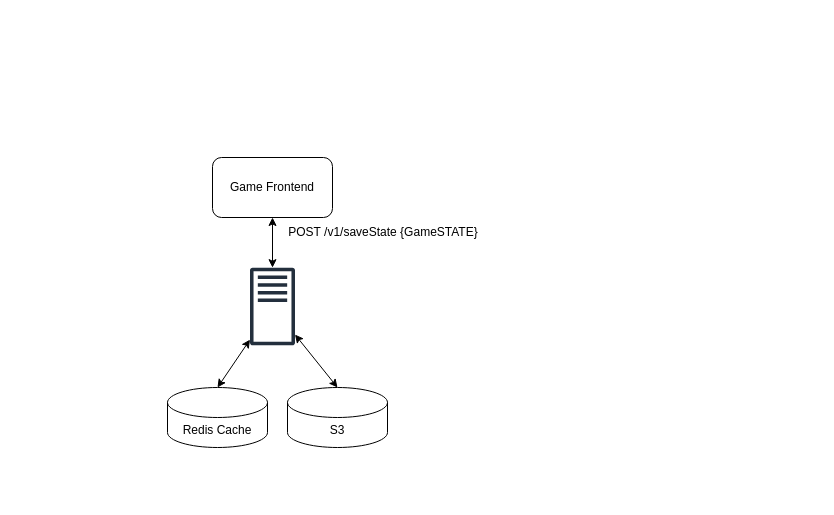
Before: TTTDesignDiagram.drawio in bcso/designs, a draw.io diagram. Source tidied: cells renumbered, new cells numbered last; positions are measured from the earlier drawing's top-left corner, leaving out a move shared by most shapes. Both pictures are drawn from the tidied source at 100%, with x=0, y=0 at pixel (167, 157).
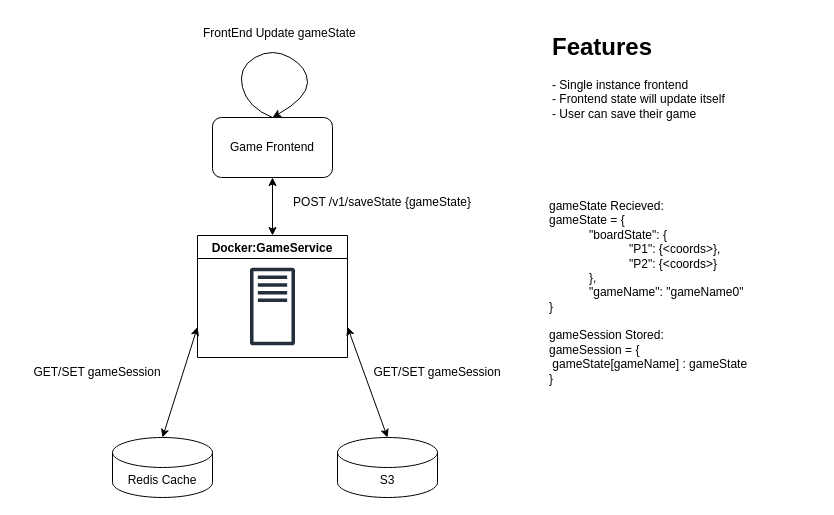
After the change.

Diff of the diagram source:
```diff
@@
 <mxGraphModel>
   <root>
     <mxCell id="0" />
     <mxCell id="1" parent="0" />
     <mxCell id="2" style="sketch=0;outlineConnect=0;fontColor=#232F3E;gradientColor=none;fillColor=#232F3D;strokeColor=none;dashed=0;verticalLabelPosition=bottom;verticalAlign=top;align=center;html=1;fontSize=12;fontStyle=0;shape=mxgraph.aws4.traditional_server;" parent="1" vertex="1">
       <mxGeometry x="82.5" y="110" width="45" height="78" as="geometry" />
     </mxCell>
     <mxCell id="3" value="Game Frontend" style="rounded=1;whiteSpace=wrap;html=1;" parent="1" vertex="1">
-      <mxGeometry x="45" width="120" height="60" as="geometry" />
+      <mxGeometry x="45" y="-40" width="120" height="60" as="geometry" />
     </mxCell>
-    <mxCell id="4" value="POST /v1/saveState {GameSTATE}" style="text;html=1;strokeColor=none;fillColor=none;align=center;verticalAlign=middle;whiteSpace=wrap;rounded=0;" parent="1" vertex="1">
-      <mxGeometry x="100" y="60" width="232" height="30" as="geometry" />
+    <mxCell id="4" value="POST /v1/saveState {gameState}" style="text;html=1;strokeColor=none;fillColor=none;align=center;verticalAlign=middle;whiteSpace=wrap;rounded=0;" parent="1" vertex="1">
+      <mxGeometry x="99" y="30" width="232" height="30" as="geometry" />
     </mxCell>
-    <mxCell id="5" style="endArrow=classic;startArrow=classic;html=1;rounded=0;entryX=0.5;entryY=1;entryDx=0;entryDy=0;" parent="1" edge="1" source="2" target="3">
+    <mxCell id="5" style="endArrow=classic;startArrow=classic;html=1;rounded=0;entryX=0.5;entryY=1;entryDx=0;entryDy=0;exitX=0.5;exitY=0;exitDx=0;exitDy=0;" parent="1" edge="1" source="12" target="3">
       <mxGeometry relative="1" as="geometry" />
     </mxCell>
     <mxCell id="6" value="Redis Cache&lt;br&gt;" style="shape=cylinder3;whiteSpace=wrap;html=1;boundedLbl=1;backgroundOutline=1;size=15;" parent="1" vertex="1">
-      <mxGeometry y="230" width="100" height="60" as="geometry" />
+      <mxGeometry x="-55" y="280" width="100" height="60" as="geometry" />
     </mxCell>
     <mxCell id="7" value="S3" style="shape=cylinder3;whiteSpace=wrap;html=1;boundedLbl=1;backgroundOutline=1;size=15;" parent="1" vertex="1">
-      <mxGeometry x="120" y="230" width="100" height="60" as="geometry" />
+      <mxGeometry x="170" y="280" width="100" height="60" as="geometry" />
     </mxCell>
-    <mxCell id="8" style="endArrow=classic;startArrow=classic;html=1;rounded=0;exitX=0.5;exitY=0;exitDx=0;exitDy=0;exitPerimeter=0;" parent="1" edge="1" source="6" target="2">
+    <mxCell id="8" style="endArrow=classic;startArrow=classic;html=1;rounded=0;exitX=0.5;exitY=0;exitDx=0;exitDy=0;exitPerimeter=0;entryX=0;entryY=0.75;entryDx=0;entryDy=0;" parent="1" edge="1" source="6" target="12">
       <mxGeometry relative="1" as="geometry" />
     </mxCell>
-    <mxCell id="9" style="endArrow=classic;startArrow=classic;html=1;rounded=0;exitX=0.5;exitY=0;exitDx=0;exitDy=0;exitPerimeter=0;" parent="1" edge="1" source="7" target="2">
+    <mxCell id="9" style="endArrow=classic;startArrow=classic;html=1;rounded=0;exitX=0.5;exitY=0;exitDx=0;exitDy=0;exitPerimeter=0;entryX=1;entryY=0.75;entryDx=0;entryDy=0;" parent="1" edge="1" source="7" target="12">
       <mxGeometry relative="1" as="geometry" />
     </mxCell>
+    <mxCell id="10" style="curved=1;endArrow=classic;html=1;rounded=0;exitX=0.5;exitY=0;exitDx=0;exitDy=0;entryX=0.5;entryY=0;entryDx=0;entryDy=0;" parent="1" edge="1" source="3" target="3">
+      <mxGeometry relative="1" as="geometry">
+        <Array as="points">
+          <mxPoint x="80" y="-50" />
+          <mxPoint x="70" y="-90" />
+          <mxPoint x="105" y="-110" />
+          <mxPoint x="140" y="-90" />
+          <mxPoint x="140" y="-60" />
+        </Array>
+      </mxGeometry>
+    </mxCell>
+    <mxCell id="11" value="FrontEnd Update gameState" style="text;strokeColor=none;fillColor=none;align=left;verticalAlign=middle;spacingLeft=4;spacingRight=4;overflow=hidden;" parent="1" vertex="1">
+      <mxGeometry x="30" y="-140" width="180" height="30" as="geometry" />
+    </mxCell>
+    <mxCell id="12" value="Docker:GameService" style="swimlane;" parent="1" vertex="1">
+      <mxGeometry x="30" y="78" width="150" height="122" as="geometry" />
+    </mxCell>
+    <mxCell id="13" value="&lt;h1&gt;Features&lt;/h1&gt;&lt;p&gt;- Single instance frontend&lt;br&gt;- Frontend state will update itself&lt;br&gt;- User can save their game&lt;br&gt;&lt;br&gt;&lt;/p&gt;" style="text;html=1;strokeColor=none;fillColor=none;spacing=5;spacingTop=-20;whiteSpace=wrap;overflow=hidden;rounded=0;" parent="1" vertex="1">
+      <mxGeometry x="380" y="-130" width="190" height="120" as="geometry" />
+    </mxCell>
+    <mxCell id="14" value="GET/SET gameSession" style="text;html=1;strokeColor=none;fillColor=none;align=center;verticalAlign=middle;whiteSpace=wrap;rounded=0;" parent="1" vertex="1">
+      <mxGeometry x="-150" y="200" width="160" height="30" as="geometry" />
+    </mxCell>
+    <mxCell id="15" value="gameState Recieved:&lt;br&gt;gameState&amp;nbsp;= {&lt;br&gt;&lt;blockquote style=&quot;margin: 0 0 0 40px ; border: none ; padding: 0px&quot;&gt;&quot;boardState&quot;: {&lt;br&gt;&lt;/blockquote&gt;&lt;blockquote style=&quot;margin: 0 0 0 40px ; border: none ; padding: 0px&quot;&gt;&lt;blockquote style=&quot;margin: 0 0 0 40px ; border: none ; padding: 0px&quot;&gt;&lt;span&gt;&quot;P1&quot;: {&amp;lt;coords&amp;gt;},&lt;/span&gt;&lt;/blockquote&gt;&lt;blockquote style=&quot;margin: 0 0 0 40px ; border: none ; padding: 0px&quot;&gt;&quot;P2&quot;: {&amp;lt;coords&amp;gt;}&lt;/blockquote&gt;&lt;/blockquote&gt;&lt;blockquote style=&quot;margin: 0 0 0 40px ; border: none ; padding: 0px&quot;&gt;},&lt;br&gt;&quot;gameName&quot;: &quot;gameName0&quot;&lt;/blockquote&gt;&lt;blockquote style=&quot;margin: 0 0 0 40px ; border: none ; padding: 0px&quot;&gt;&lt;/blockquote&gt;}&lt;br&gt;&lt;br&gt;gameSession&amp;nbsp;Stored:&lt;br&gt;gameSession = {&lt;br&gt;&lt;span style=&quot;white-space: pre&quot;&gt; &lt;/span&gt;gameState[gameName] : gameState&lt;br&gt;}" style="text;html=1;strokeColor=none;fillColor=none;align=left;verticalAlign=middle;whiteSpace=wrap;rounded=0;" parent="1" vertex="1">
+      <mxGeometry x="380" width="270" height="270" as="geometry" />
+    </mxCell>
+    <mxCell id="16" value="GET/SET gameSession" style="text;html=1;strokeColor=none;fillColor=none;align=center;verticalAlign=middle;whiteSpace=wrap;rounded=0;" parent="1" vertex="1">
+      <mxGeometry x="190" y="200" width="160" height="30" as="geometry" />
+    </mxCell>
   </root>
 </mxGraphModel>
```
